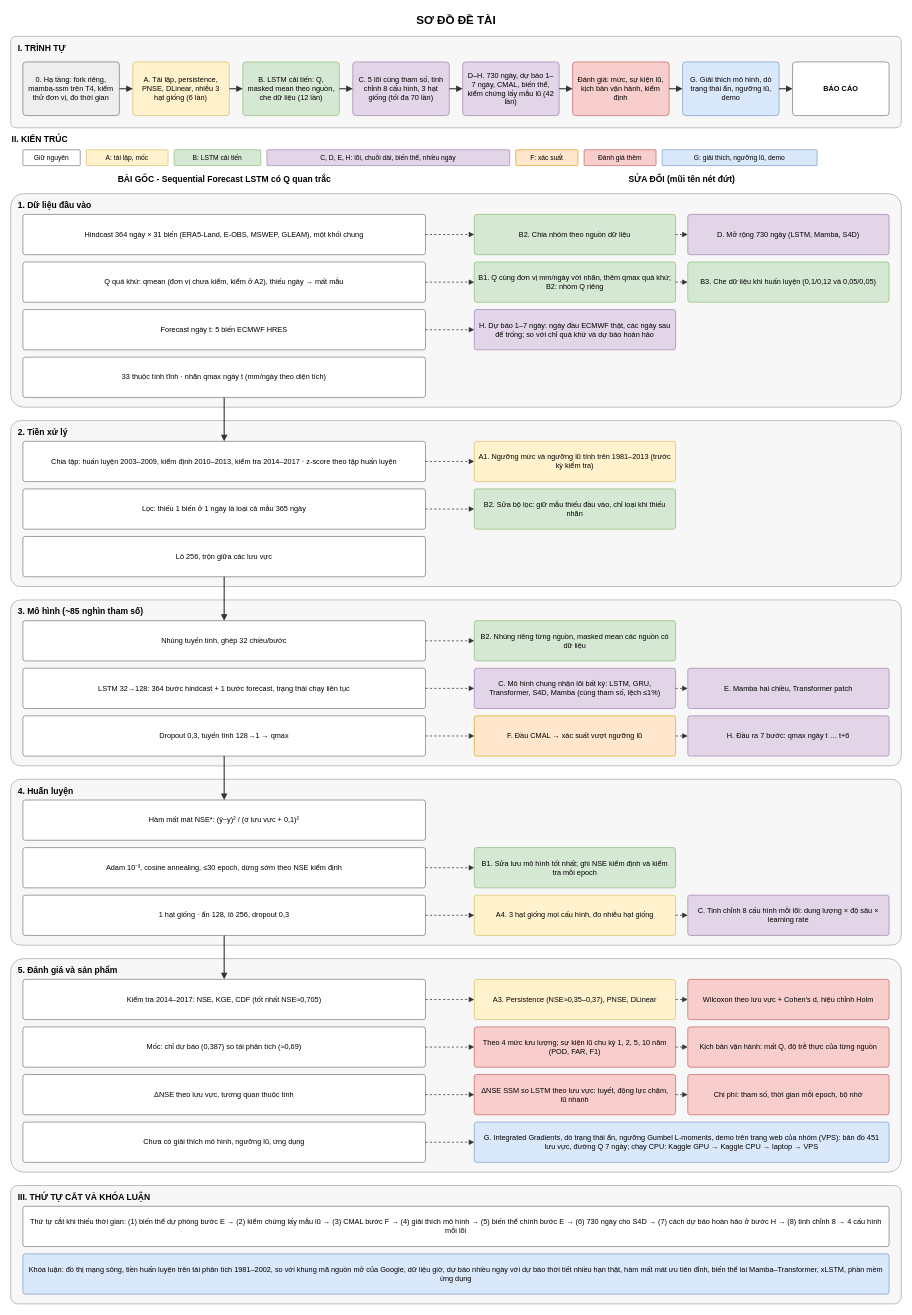
Earlier version of the draw.io diagram Diagrams/ProjectDiagram.drawio (Ticasslo/TieuLuanChuyenNganh). Source tidied: cells renumbered, new cells numbered last; positions are measured from the earlier drawing's top-left corner, leaving out a move shared by most shapes. Both pictures are drawn from the tidied source at 61%, with x=0, y=0 at pixel (10, 10).
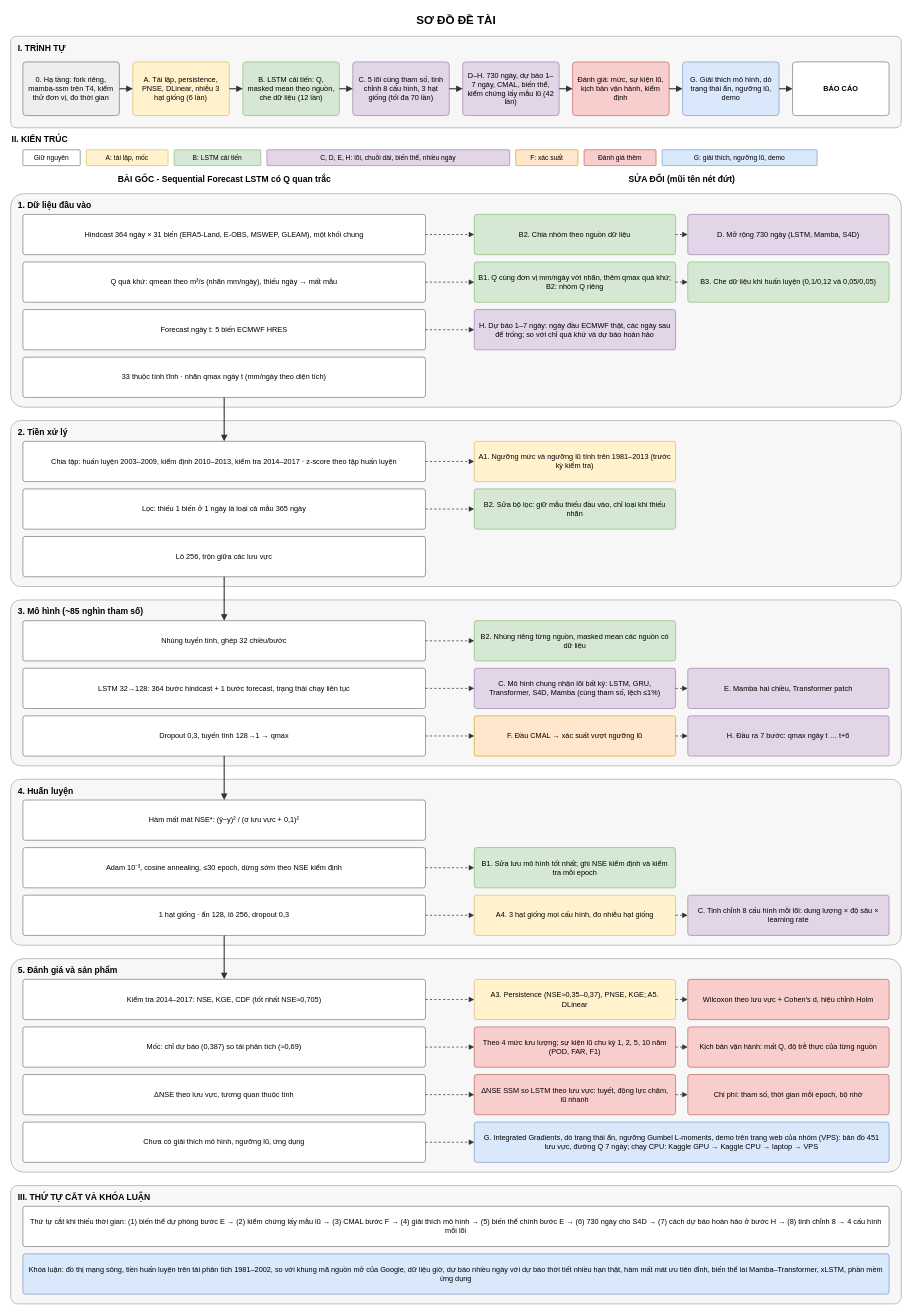
The same diagram, later.

Diff of the diagram source:
```diff
@@
-    <mxCell id="35" value="Q quá khứ: qmean (đơn vị chưa kiểm, kiểm ở A2), thiếu ngày → mất mẫu" style="rounded=1;arcSize=6;whiteSpace=wrap;html=1;fillColor=#ffffff;strokeColor=#666666;fontSize=12;align=center;spacingLeft=6;spacingRight=6;" parent="1" vertex="1">
+    <mxCell id="35" value="Q quá khứ: qmean theo m³/s (nhãn mm/ngày), thiếu ngày → mất mẫu" style="rounded=1;arcSize=6;whiteSpace=wrap;html=1;fillColor=#ffffff;strokeColor=#666666;fontSize=12;align=center;spacingLeft=6;spacingRight=6;" parent="1" vertex="1">
       <mxGeometry x="20" y="412" width="660" height="66" as="geometry" />
     </mxCell>
@@
-    <mxCell id="82" value="A3. Persistence (NSE≈0,35–0,37), PNSE, DLinear" style="rounded=1;arcSize=6;whiteSpace=wrap;html=1;fillColor=#fff2cc;strokeColor=#d6b656;fontSize=12;align=center;spacingLeft=6;spacingRight=6;" parent="1" vertex="1">
+    <mxCell id="82" value="A3. Persistence (NSE≈0,35–0,37), PNSE, KGE; A5. DLinear" style="rounded=1;arcSize=6;whiteSpace=wrap;html=1;fillColor=#fff2cc;strokeColor=#d6b656;fontSize=12;align=center;spacingLeft=6;spacingRight=6;" parent="1" vertex="1">
       <mxGeometry x="760" y="1588" width="330" height="66" as="geometry" />
     </mxCell>
```
